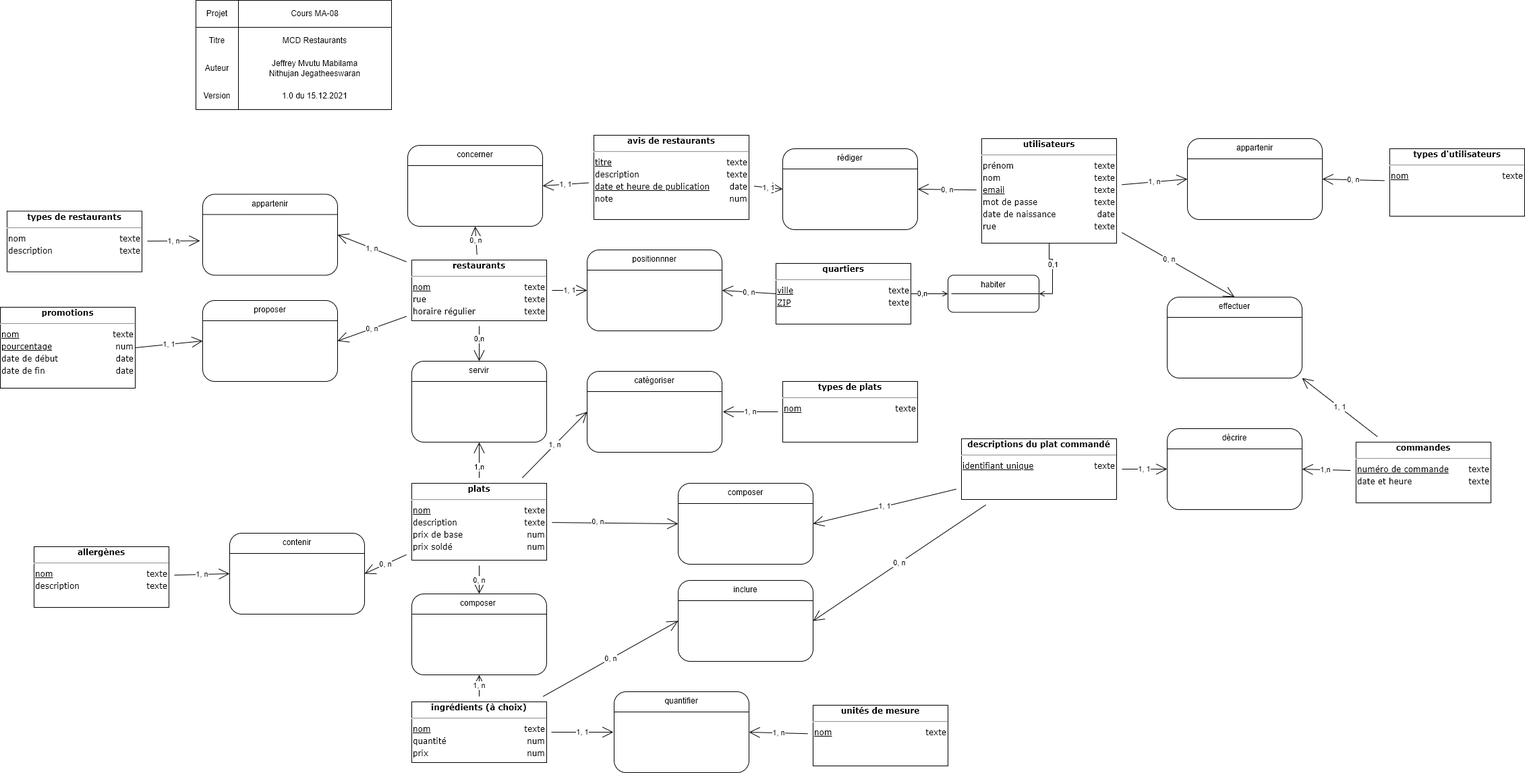
J-Nithujan/MA-08-Modele-Restaurants keeps this draw.io diagram as Rendu/MCD-Restaurants.png. Above is the earlier version. Source tidied: cells renumbered, new cells last; positions are measured from the earlier drawing's top-left corner, leaving out a move shared by most shapes.
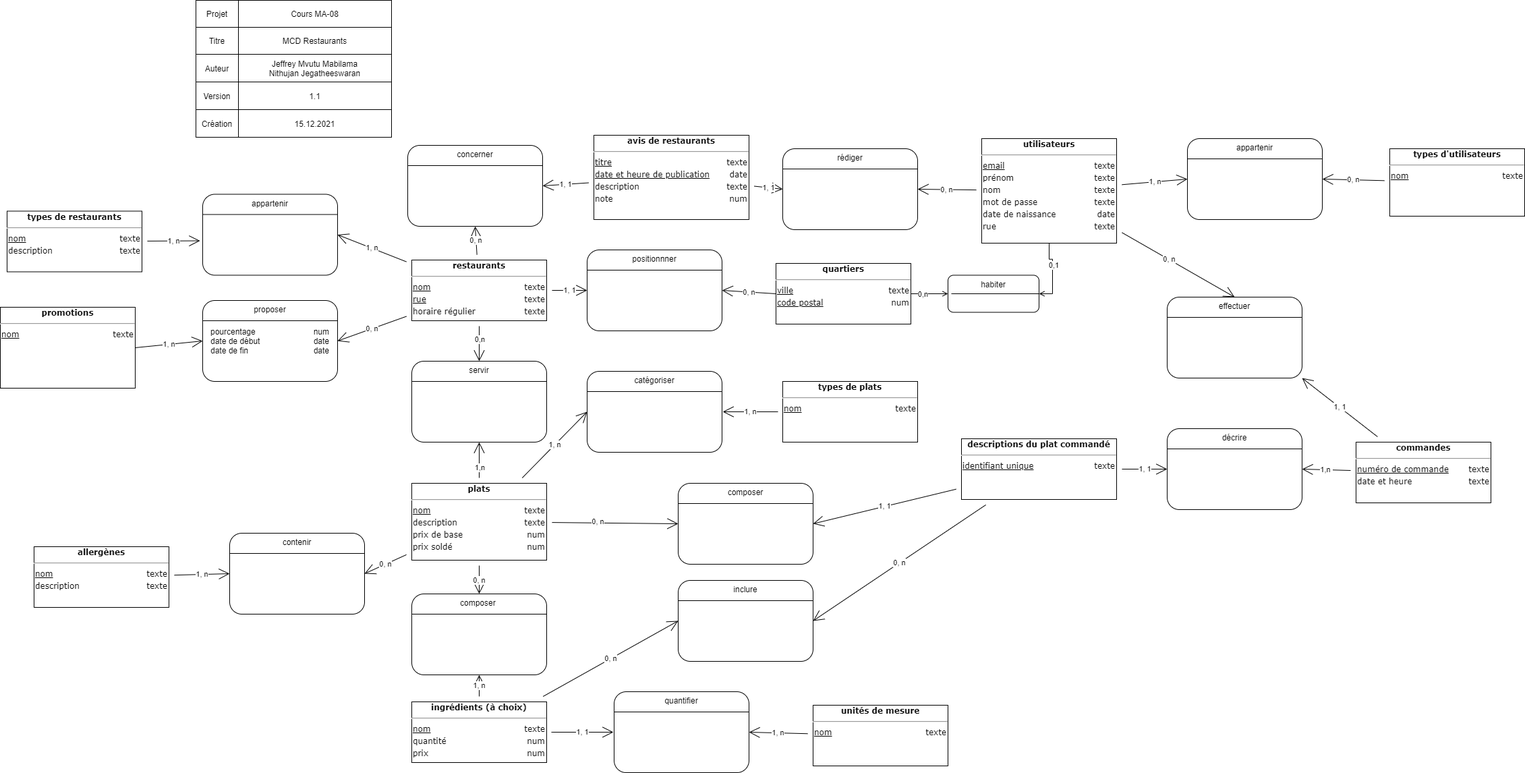
Later version of the same file.

Change to the diagram source:
```diff
@@ -5,3 +5,3 @@
     <mxCell id="2" style="shape=table;html=1;whiteSpace=wrap;startSize=0;align=right;" parent="1" vertex="1">
-      <mxGeometry x="290" width="290" height="162" as="geometry" />
+      <mxGeometry x="290" width="290" height="203" as="geometry" />
     </mxCell>
@@ -40,5 +40,14 @@
     </mxCell>
-    <mxCell id="14" value="1.0 du 15.12.2021" style="shape=partialRectangle;html=1;whiteSpace=wrap;fillColor=none;top=0;left=0;bottom=0;right=0;overflow=hidden;" parent="12" vertex="1">
+    <mxCell id="14" value="1.1" style="shape=partialRectangle;html=1;whiteSpace=wrap;fillColor=none;top=0;left=0;bottom=0;right=0;overflow=hidden;" parent="12" vertex="1">
       <mxGeometry x="63" width="227" height="41" as="geometry" />
     </mxCell>
+    <mxCell id="99" style="shape=partialRectangle;html=1;whiteSpace=wrap;fillColor=none;top=0;left=0;bottom=0;right=0;" parent="2" vertex="1">
+      <mxGeometry y="162" width="290" height="41" as="geometry" />
+    </mxCell>
+    <mxCell id="100" value="Création" style="shape=partialRectangle;html=1;whiteSpace=wrap;fillColor=none;top=0;left=0;bottom=0;right=0;overflow=hidden;" parent="99" vertex="1">
+      <mxGeometry width="63" height="41" as="geometry" />
+    </mxCell>
+    <mxCell id="101" value="15.12.2021" style="shape=partialRectangle;html=1;whiteSpace=wrap;fillColor=none;top=0;left=0;bottom=0;right=0;overflow=hidden;" parent="99" vertex="1">
+      <mxGeometry x="63" width="227" height="41" as="geometry" />
+    </mxCell>
     <mxCell id="15" value="1, 1" style="edgeStyle=none;curved=1;rounded=0;jettySize=auto;html=1;entryX=0;entryY=0.5;entryDx=0;entryDy=0;endArrow=open;startSize=14;endSize=14;sourcePerimeterSpacing=8;targetPerimeterSpacing=8;" parent="1" edge="1" source="21" target="89">
@@ -61,3 +70,3 @@
     </mxCell>
-    <mxCell id="21" value="&lt;div style=&quot;box-sizing: border-box ; width: 100% ; padding: 2px&quot;&gt;&lt;span style=&quot;background-color: rgb(255 , 255 , 255)&quot;&gt;&lt;b&gt;restaurants&lt;/b&gt;&lt;/span&gt;&lt;/div&gt;&lt;hr&gt;&lt;table style=&quot;width: 100% ; font-size: 1em&quot; cellpadding=&quot;2&quot; cellspacing=&quot;0&quot;&gt;&lt;tbody&gt;&lt;tr&gt;&lt;td style=&quot;text-align: left&quot;&gt;&lt;u&gt;nom&lt;/u&gt;&lt;/td&gt;&lt;td style=&quot;text-align: right&quot;&gt;texte&lt;br&gt;&lt;/td&gt;&lt;/tr&gt;&lt;tr&gt;&lt;td style=&quot;text-align: left&quot;&gt;rue&lt;/td&gt;&lt;td style=&quot;text-align: right&quot;&gt;texte&lt;br&gt;&lt;/td&gt;&lt;/tr&gt;&lt;tr&gt;&lt;td style=&quot;text-align: left&quot;&gt;horaire régulier&lt;/td&gt;&lt;td style=&quot;text-align: right&quot;&gt;texte&lt;/td&gt;&lt;/tr&gt;&lt;/tbody&gt;&lt;/table&gt;" style="verticalAlign=top;align=center;overflow=fill;html=1;rounded=0;shadow=0;comic=0;labelBackgroundColor=none;strokeColor=#000000;strokeWidth=1;fillColor=#ffffff;fontFamily=Verdana;fontSize=12;fontColor=#000000;" parent="1" vertex="1">
+    <mxCell id="21" value="&lt;div style=&quot;box-sizing: border-box ; width: 100% ; padding: 2px&quot;&gt;&lt;span style=&quot;background-color: rgb(255 , 255 , 255)&quot;&gt;&lt;b&gt;restaurants&lt;/b&gt;&lt;/span&gt;&lt;/div&gt;&lt;hr&gt;&lt;table style=&quot;width: 100% ; font-size: 1em&quot; cellpadding=&quot;2&quot; cellspacing=&quot;0&quot;&gt;&lt;tbody&gt;&lt;tr&gt;&lt;td style=&quot;text-align: left&quot;&gt;&lt;u&gt;nom&lt;/u&gt;&lt;/td&gt;&lt;td style=&quot;text-align: right&quot;&gt;texte&lt;br&gt;&lt;/td&gt;&lt;/tr&gt;&lt;tr&gt;&lt;td style=&quot;text-align: left&quot;&gt;&lt;u&gt;rue&lt;/u&gt;&lt;/td&gt;&lt;td style=&quot;text-align: right&quot;&gt;texte&lt;br&gt;&lt;/td&gt;&lt;/tr&gt;&lt;tr&gt;&lt;td style=&quot;text-align: left&quot;&gt;horaire régulier&lt;/td&gt;&lt;td style=&quot;text-align: right&quot;&gt;texte&lt;/td&gt;&lt;/tr&gt;&lt;/tbody&gt;&lt;/table&gt;" style="verticalAlign=top;align=center;overflow=fill;html=1;rounded=0;shadow=0;comic=0;labelBackgroundColor=none;strokeColor=#000000;strokeWidth=1;fillColor=#ffffff;fontFamily=Verdana;fontSize=12;fontColor=#000000;" parent="1" vertex="1">
       <mxGeometry x="610" y="385" width="200" height="90" as="geometry" />
@@ -117,3 +126,3 @@
     </mxCell>
-    <mxCell id="38" value="&lt;div style=&quot;box-sizing: border-box ; width: 100% ; padding: 2px&quot;&gt;&lt;span style=&quot;background-color: rgb(255 , 255 , 255)&quot;&gt;&lt;b&gt;avis de restaurants&lt;/b&gt;&lt;/span&gt;&lt;/div&gt;&lt;hr&gt;&lt;table style=&quot;width: 100% ; font-size: 1em&quot; cellpadding=&quot;2&quot; cellspacing=&quot;0&quot;&gt;&lt;tbody&gt;&lt;tr&gt;&lt;td style=&quot;text-align: left&quot;&gt;&lt;u&gt;titre&lt;/u&gt;&lt;/td&gt;&lt;td style=&quot;text-align: right&quot;&gt;texte&lt;br&gt;&lt;/td&gt;&lt;/tr&gt;&lt;tr&gt;&lt;td style=&quot;text-align: left&quot;&gt;description&lt;/td&gt;&lt;td style=&quot;text-align: right&quot;&gt;texte&lt;br&gt;&lt;/td&gt;&lt;/tr&gt;&lt;tr&gt;&lt;td style=&quot;text-align: left&quot;&gt;&lt;u&gt;date et heure de publication&lt;/u&gt;&lt;/td&gt;&lt;td style=&quot;text-align: right&quot;&gt;date&lt;br&gt;&lt;/td&gt;&lt;/tr&gt;&lt;tr&gt;&lt;td style=&quot;text-align: left&quot;&gt;note&lt;/td&gt;&lt;td style=&quot;text-align: right&quot;&gt;num&lt;/td&gt;&lt;/tr&gt;&lt;/tbody&gt;&lt;/table&gt;" style="verticalAlign=top;align=center;overflow=fill;html=1;rounded=0;shadow=0;comic=0;labelBackgroundColor=none;strokeColor=#000000;strokeWidth=1;fillColor=#ffffff;fontFamily=Verdana;fontSize=12;fontColor=#000000;" parent="1" vertex="1">
+    <mxCell id="38" value="&lt;div style=&quot;box-sizing: border-box ; width: 100% ; padding: 2px&quot;&gt;&lt;span style=&quot;background-color: rgb(255 , 255 , 255)&quot;&gt;&lt;b&gt;avis de restaurants&lt;/b&gt;&lt;/span&gt;&lt;/div&gt;&lt;hr&gt;&lt;table style=&quot;width: 100% ; font-size: 1em&quot; cellpadding=&quot;2&quot; cellspacing=&quot;0&quot;&gt;&lt;tbody&gt;&lt;tr&gt;&lt;td style=&quot;text-align: left&quot;&gt;&lt;u&gt;titre&lt;/u&gt;&lt;/td&gt;&lt;td style=&quot;text-align: right&quot;&gt;texte&lt;br&gt;&lt;/td&gt;&lt;/tr&gt;&lt;tr&gt;&lt;td style=&quot;text-align: left&quot;&gt;&lt;u&gt;date et heure de publication&lt;/u&gt;&lt;/td&gt;&lt;td style=&quot;text-align: right&quot;&gt;date&lt;br&gt;&lt;/td&gt;&lt;/tr&gt;&lt;tr&gt;&lt;td style=&quot;text-align: left&quot;&gt;description&lt;/td&gt;&lt;td style=&quot;text-align: right&quot;&gt;texte&lt;/td&gt;&lt;/tr&gt;&lt;tr&gt;&lt;td style=&quot;text-align: left&quot;&gt;note&lt;/td&gt;&lt;td style=&quot;text-align: right&quot;&gt;num&lt;/td&gt;&lt;/tr&gt;&lt;/tbody&gt;&lt;/table&gt;" style="verticalAlign=top;align=center;overflow=fill;html=1;rounded=0;shadow=0;comic=0;labelBackgroundColor=none;strokeColor=#000000;strokeWidth=1;fillColor=#ffffff;fontFamily=Verdana;fontSize=12;fontColor=#000000;" parent="1" vertex="1">
       <mxGeometry x="880" y="200" width="230" height="125" as="geometry" />
@@ -129,3 +138,3 @@
     </mxCell>
-    <mxCell id="42" value="&lt;div style=&quot;box-sizing: border-box ; width: 100% ; padding: 2px&quot;&gt;&lt;span style=&quot;background-color: rgb(255 , 255 , 255)&quot;&gt;&lt;b&gt;quartiers&lt;/b&gt;&lt;/span&gt;&lt;/div&gt;&lt;hr&gt;&lt;table style=&quot;width: 100% ; font-size: 1em&quot; cellpadding=&quot;2&quot; cellspacing=&quot;0&quot;&gt;&lt;tbody&gt;&lt;tr&gt;&lt;td style=&quot;text-align: left&quot;&gt;&lt;u&gt;ville&lt;/u&gt;&lt;/td&gt;&lt;td style=&quot;text-align: right&quot;&gt;texte&lt;br&gt;&lt;/td&gt;&lt;/tr&gt;&lt;tr&gt;&lt;td style=&quot;text-align: left&quot;&gt;&lt;u&gt;ZIP&lt;/u&gt;&lt;br&gt;&lt;/td&gt;&lt;td style=&quot;text-align: right&quot;&gt;texte&lt;br&gt;&lt;/td&gt;&lt;/tr&gt;&lt;tr&gt;&lt;td style=&quot;text-align: left&quot;&gt;&lt;br&gt;&lt;/td&gt;&lt;td style=&quot;text-align: right&quot;&gt;&lt;br&gt;&lt;/td&gt;&lt;/tr&gt;&lt;/tbody&gt;&lt;/table&gt;" style="verticalAlign=top;align=center;overflow=fill;html=1;rounded=0;shadow=0;comic=0;labelBackgroundColor=none;strokeColor=#000000;strokeWidth=1;fillColor=#ffffff;fontFamily=Verdana;fontSize=12;fontColor=#000000;" parent="1" vertex="1">
+    <mxCell id="42" value="&lt;div style=&quot;box-sizing: border-box ; width: 100% ; padding: 2px&quot;&gt;&lt;span style=&quot;background-color: rgb(255 , 255 , 255)&quot;&gt;&lt;b&gt;quartiers&lt;/b&gt;&lt;/span&gt;&lt;/div&gt;&lt;hr&gt;&lt;table style=&quot;width: 100% ; font-size: 1em&quot; cellpadding=&quot;2&quot; cellspacing=&quot;0&quot;&gt;&lt;tbody&gt;&lt;tr&gt;&lt;td style=&quot;text-align: left&quot;&gt;&lt;u&gt;ville&lt;/u&gt;&lt;/td&gt;&lt;td style=&quot;text-align: right&quot;&gt;texte&lt;br&gt;&lt;/td&gt;&lt;/tr&gt;&lt;tr&gt;&lt;td style=&quot;text-align: left&quot;&gt;&lt;u&gt;code postal&lt;/u&gt;&lt;/td&gt;&lt;td style=&quot;text-align: right&quot;&gt;num&lt;br&gt;&lt;/td&gt;&lt;/tr&gt;&lt;tr&gt;&lt;td style=&quot;text-align: left&quot;&gt;&lt;br&gt;&lt;/td&gt;&lt;td style=&quot;text-align: right&quot;&gt;&lt;br&gt;&lt;/td&gt;&lt;/tr&gt;&lt;/tbody&gt;&lt;/table&gt;" style="verticalAlign=top;align=center;overflow=fill;html=1;rounded=0;shadow=0;comic=0;labelBackgroundColor=none;strokeColor=#000000;strokeWidth=1;fillColor=#ffffff;fontFamily=Verdana;fontSize=12;fontColor=#000000;" parent="1" vertex="1">
       <mxGeometry x="1150" y="390" width="200" height="90" as="geometry" />
@@ -161,3 +170,3 @@
     </mxCell>
-    <mxCell id="52" value="&lt;div style=&quot;box-sizing: border-box ; width: 100% ; padding: 2px&quot;&gt;&lt;span style=&quot;background-color: rgb(255 , 255 , 255)&quot;&gt;&lt;b&gt;utilisateurs&lt;/b&gt;&lt;/span&gt;&lt;/div&gt;&lt;hr&gt;&lt;table style=&quot;width: 100% ; font-size: 1em&quot; cellpadding=&quot;2&quot; cellspacing=&quot;0&quot;&gt;&lt;tbody&gt;&lt;tr&gt;&lt;td style=&quot;text-align: left&quot;&gt;prénom&lt;/td&gt;&lt;td style=&quot;text-align: right&quot;&gt;texte&lt;br&gt;&lt;/td&gt;&lt;/tr&gt;&lt;tr&gt;&lt;td style=&quot;text-align: left&quot;&gt;nom&lt;br&gt;&lt;/td&gt;&lt;td style=&quot;text-align: right&quot;&gt;texte&lt;br&gt;&lt;/td&gt;&lt;/tr&gt;&lt;tr&gt;&lt;td style=&quot;text-align: left&quot;&gt;&lt;u&gt;email&lt;/u&gt;&lt;/td&gt;&lt;td style=&quot;text-align: right&quot;&gt;texte&lt;br&gt;&lt;/td&gt;&lt;/tr&gt;&lt;tr&gt;&lt;td style=&quot;text-align: left&quot;&gt;mot de passe&lt;/td&gt;&lt;td style=&quot;text-align: right&quot;&gt;texte&lt;/td&gt;&lt;/tr&gt;&lt;tr&gt;&lt;td style=&quot;text-align: left&quot;&gt;date de naissance&lt;/td&gt;&lt;td style=&quot;text-align: right&quot;&gt;date&lt;/td&gt;&lt;/tr&gt;&lt;tr&gt;&lt;td style=&quot;text-align: left&quot;&gt;rue&lt;/td&gt;&lt;td style=&quot;text-align: right&quot;&gt;texte&lt;/td&gt;&lt;/tr&gt;&lt;/tbody&gt;&lt;/table&gt;" style="verticalAlign=top;align=center;overflow=fill;html=1;rounded=0;shadow=0;comic=0;labelBackgroundColor=none;strokeColor=#000000;strokeWidth=1;fillColor=#ffffff;fontFamily=Verdana;fontSize=12;fontColor=#000000;" parent="1" vertex="1">
+    <mxCell id="52" value="&lt;div style=&quot;box-sizing: border-box ; width: 100% ; padding: 2px&quot;&gt;&lt;span style=&quot;background-color: rgb(255 , 255 , 255)&quot;&gt;&lt;b&gt;utilisateurs&lt;/b&gt;&lt;/span&gt;&lt;/div&gt;&lt;hr&gt;&lt;table style=&quot;width: 100% ; font-size: 1em&quot; cellpadding=&quot;2&quot; cellspacing=&quot;0&quot;&gt;&lt;tbody&gt;&lt;tr&gt;&lt;td style=&quot;text-align: left&quot;&gt;&lt;u&gt;email&lt;/u&gt;&lt;/td&gt;&lt;td style=&quot;text-align: right&quot;&gt;texte&lt;/td&gt;&lt;/tr&gt;&lt;tr&gt;&lt;td style=&quot;text-align: left&quot;&gt;prénom&lt;/td&gt;&lt;td style=&quot;text-align: right&quot;&gt;texte&lt;br&gt;&lt;/td&gt;&lt;/tr&gt;&lt;tr&gt;&lt;td style=&quot;text-align: left&quot;&gt;nom&lt;br&gt;&lt;/td&gt;&lt;td style=&quot;text-align: right&quot;&gt;texte&lt;br&gt;&lt;/td&gt;&lt;/tr&gt;&lt;tr&gt;&lt;td style=&quot;text-align: left&quot;&gt;mot de passe&lt;/td&gt;&lt;td style=&quot;text-align: right&quot;&gt;texte&lt;/td&gt;&lt;/tr&gt;&lt;tr&gt;&lt;td style=&quot;text-align: left&quot;&gt;date de naissance&lt;/td&gt;&lt;td style=&quot;text-align: right&quot;&gt;date&lt;/td&gt;&lt;/tr&gt;&lt;tr&gt;&lt;td style=&quot;text-align: left&quot;&gt;rue&lt;/td&gt;&lt;td style=&quot;text-align: right&quot;&gt;texte&lt;/td&gt;&lt;/tr&gt;&lt;/tbody&gt;&lt;/table&gt;" style="verticalAlign=top;align=center;overflow=fill;html=1;rounded=0;shadow=0;comic=0;labelBackgroundColor=none;strokeColor=#000000;strokeWidth=1;fillColor=#ffffff;fontFamily=Verdana;fontSize=12;fontColor=#000000;" parent="1" vertex="1">
       <mxGeometry x="1455" y="205" width="200" height="155" as="geometry" />
@@ -167,3 +176,3 @@
     </mxCell>
-    <mxCell id="54" value="&lt;div style=&quot;box-sizing: border-box ; width: 100% ; padding: 2px&quot;&gt;&lt;span style=&quot;background-color: rgb(255 , 255 , 255)&quot;&gt;&lt;b&gt;types de restaurants&lt;/b&gt;&lt;/span&gt;&lt;/div&gt;&lt;hr&gt;&lt;table style=&quot;width: 100% ; font-size: 1em&quot; cellpadding=&quot;2&quot; cellspacing=&quot;0&quot;&gt;&lt;tbody&gt;&lt;tr&gt;&lt;td style=&quot;text-align: left&quot;&gt;nom&lt;/td&gt;&lt;td style=&quot;text-align: right&quot;&gt;texte&lt;br&gt;&lt;/td&gt;&lt;/tr&gt;&lt;tr&gt;&lt;td style=&quot;text-align: left&quot;&gt;description&lt;/td&gt;&lt;td style=&quot;text-align: right&quot;&gt;texte&lt;br&gt;&lt;/td&gt;&lt;/tr&gt;&lt;tr&gt;&lt;td style=&quot;text-align: left&quot;&gt;&lt;br&gt;&lt;/td&gt;&lt;td style=&quot;text-align: right&quot;&gt;&lt;br&gt;&lt;/td&gt;&lt;/tr&gt;&lt;/tbody&gt;&lt;/table&gt;" style="verticalAlign=top;align=center;overflow=fill;html=1;rounded=0;shadow=0;comic=0;labelBackgroundColor=none;strokeColor=#000000;strokeWidth=1;fillColor=#ffffff;fontFamily=Verdana;fontSize=12;fontColor=#000000;" parent="1" vertex="1">
+    <mxCell id="54" value="&lt;div style=&quot;box-sizing: border-box ; width: 100% ; padding: 2px&quot;&gt;&lt;span style=&quot;background-color: rgb(255 , 255 , 255)&quot;&gt;&lt;b&gt;types de restaurants&lt;/b&gt;&lt;/span&gt;&lt;/div&gt;&lt;hr&gt;&lt;table style=&quot;width: 100% ; font-size: 1em&quot; cellpadding=&quot;2&quot; cellspacing=&quot;0&quot;&gt;&lt;tbody&gt;&lt;tr&gt;&lt;td style=&quot;text-align: left&quot;&gt;&lt;u&gt;nom&lt;/u&gt;&lt;/td&gt;&lt;td style=&quot;text-align: right&quot;&gt;texte&lt;br&gt;&lt;/td&gt;&lt;/tr&gt;&lt;tr&gt;&lt;td style=&quot;text-align: left&quot;&gt;description&lt;/td&gt;&lt;td style=&quot;text-align: right&quot;&gt;texte&lt;br&gt;&lt;/td&gt;&lt;/tr&gt;&lt;/tbody&gt;&lt;/table&gt;" style="verticalAlign=top;align=center;overflow=fill;html=1;rounded=0;shadow=0;comic=0;labelBackgroundColor=none;strokeColor=#000000;strokeWidth=1;fillColor=#ffffff;fontFamily=Verdana;fontSize=12;fontColor=#000000;" parent="1" vertex="1">
       <mxGeometry x="10" y="312.5" width="200" height="90" as="geometry" />
@@ -179,6 +188,6 @@
     </mxCell>
-    <mxCell id="57" value="1, 1" style="edgeStyle=none;curved=1;rounded=0;jettySize=auto;html=1;entryX=0;entryY=0.5;entryDx=0;entryDy=0;endArrow=open;startSize=14;endSize=14;sourcePerimeterSpacing=8;targetPerimeterSpacing=8;exitX=1;exitY=0.5;exitDx=0;exitDy=0;" parent="1" edge="1" source="58" target="79">
+    <mxCell id="57" value="1, n" style="edgeStyle=none;curved=1;rounded=0;jettySize=auto;html=1;entryX=0;entryY=0.5;entryDx=0;entryDy=0;endArrow=open;startSize=14;endSize=14;sourcePerimeterSpacing=8;targetPerimeterSpacing=8;exitX=1;exitY=0.5;exitDx=0;exitDy=0;" parent="1" edge="1" source="58" target="79">
       <mxGeometry relative="1" as="geometry" />
     </mxCell>
-    <mxCell id="58" value="&lt;div style=&quot;box-sizing: border-box ; width: 100% ; padding: 2px&quot;&gt;&lt;span style=&quot;background-color: rgb(255 , 255 , 255)&quot;&gt;&lt;b&gt;promotions&lt;/b&gt;&lt;/span&gt;&lt;/div&gt;&lt;hr&gt;&lt;table style=&quot;width: 100% ; font-size: 1em&quot; cellpadding=&quot;2&quot; cellspacing=&quot;0&quot;&gt;&lt;tbody&gt;&lt;tr&gt;&lt;td style=&quot;text-align: left&quot;&gt;&lt;u&gt;nom&lt;/u&gt;&lt;/td&gt;&lt;td style=&quot;text-align: right&quot;&gt;texte&lt;br&gt;&lt;/td&gt;&lt;/tr&gt;&lt;tr&gt;&lt;td style=&quot;text-align: left&quot;&gt;&lt;u&gt;pourcentage&lt;/u&gt;&lt;br&gt;&lt;/td&gt;&lt;td style=&quot;text-align: right&quot;&gt;num&lt;/td&gt;&lt;/tr&gt;&lt;tr&gt;&lt;td style=&quot;text-align: left&quot;&gt;date de début&lt;br&gt;&lt;/td&gt;&lt;td style=&quot;text-align: right&quot;&gt;date&lt;br&gt;&lt;/td&gt;&lt;/tr&gt;&lt;tr&gt;&lt;td style=&quot;text-align: left&quot;&gt;date de fin&lt;/td&gt;&lt;td style=&quot;text-align: right&quot;&gt;date&lt;/td&gt;&lt;/tr&gt;&lt;/tbody&gt;&lt;/table&gt;" style="verticalAlign=top;align=center;overflow=fill;html=1;rounded=0;shadow=0;comic=0;labelBackgroundColor=none;strokeColor=#000000;strokeWidth=1;fillColor=#ffffff;fontFamily=Verdana;fontSize=12;fontColor=#000000;" parent="1" vertex="1">
+    <mxCell id="58" value="&lt;div style=&quot;box-sizing: border-box ; width: 100% ; padding: 2px&quot;&gt;&lt;span style=&quot;background-color: rgb(255 , 255 , 255)&quot;&gt;&lt;b&gt;promotions&lt;/b&gt;&lt;/span&gt;&lt;/div&gt;&lt;hr&gt;&lt;table style=&quot;width: 100% ; font-size: 1em&quot; cellpadding=&quot;2&quot; cellspacing=&quot;0&quot;&gt;&lt;tbody&gt;&lt;tr&gt;&lt;td style=&quot;text-align: left&quot;&gt;&lt;u&gt;nom&lt;/u&gt;&lt;/td&gt;&lt;td style=&quot;text-align: right&quot;&gt;texte&lt;br&gt;&lt;/td&gt;&lt;/tr&gt;&lt;/tbody&gt;&lt;/table&gt;" style="verticalAlign=top;align=center;overflow=fill;html=1;rounded=0;shadow=0;comic=0;labelBackgroundColor=none;strokeColor=#000000;strokeWidth=1;fillColor=#ffffff;fontFamily=Verdana;fontSize=12;fontColor=#000000;" parent="1" vertex="1">
       <mxGeometry y="455" width="200" height="120" as="geometry" />
@@ -338,2 +347,8 @@
     </mxCell>
+    <mxCell id="102" value="pourcentage&lt;br&gt;date de début&lt;br&gt;date de fin" style="text;html=1;strokeColor=none;fillColor=none;align=left;verticalAlign=middle;whiteSpace=wrap;rounded=0;hachureGap=4;" parent="1" vertex="1">
+      <mxGeometry x="310" y="485" width="86" height="40" as="geometry" />
+    </mxCell>
+    <mxCell id="103" value="num&lt;br&gt;date&lt;br&gt;&lt;div&gt;&lt;span&gt;date&lt;/span&gt;&lt;/div&gt;" style="text;html=1;strokeColor=none;fillColor=none;align=right;verticalAlign=middle;whiteSpace=wrap;rounded=0;hachureGap=4;" parent="1" vertex="1">
+      <mxGeometry x="430" y="485" width="60" height="40" as="geometry" />
+    </mxCell>
   </root>
```
